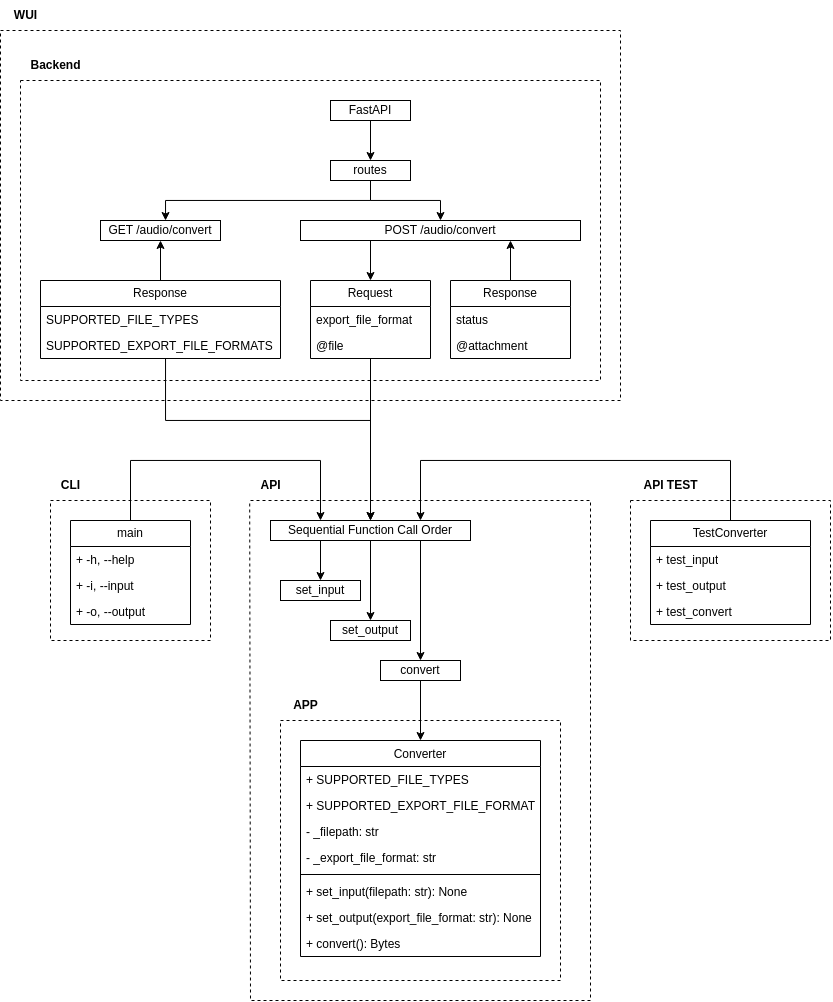
The draw.io diagram _readme/Diagram-WUI.drawio.png in ames0k0/TP--Audio-File-Converter, before a commit. Source tidied: cells renumbered, new cells last; positions are measured from the earlier drawing's top-left corner, leaving out a move shared by most shapes.
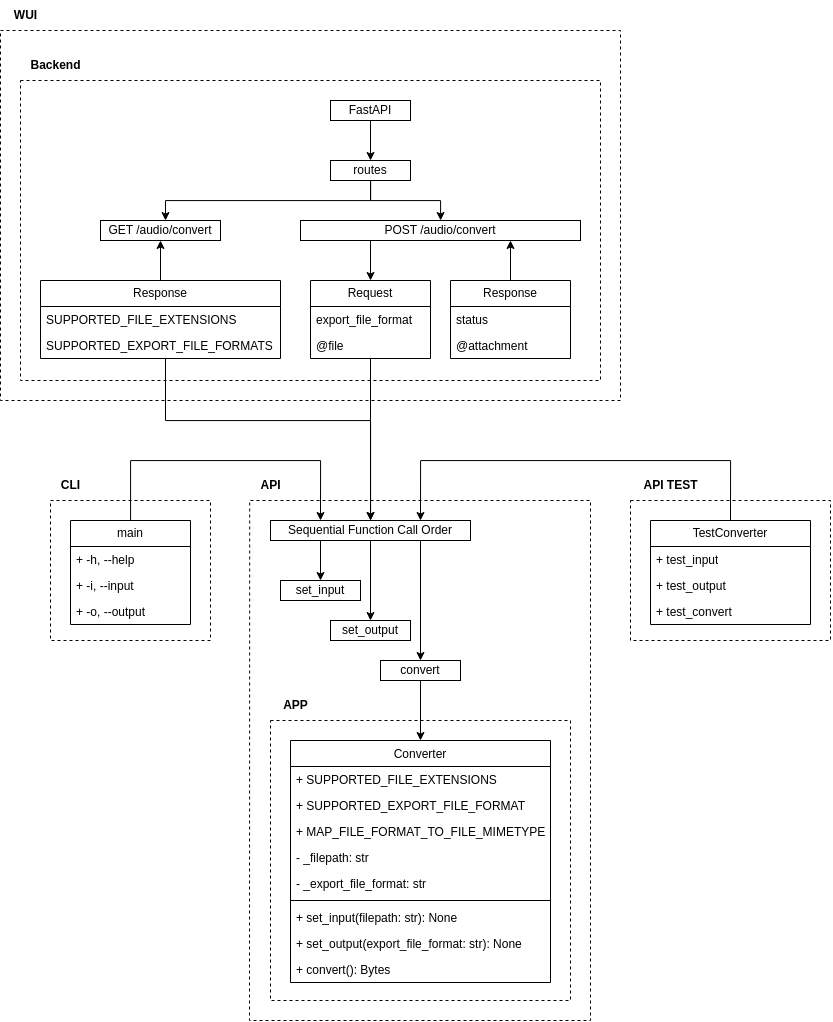
Above is the later version.

The edit, as a diff of the source:
```diff
@@ -22,9 +22,9 @@
         <Array as="points">
           <mxPoint x="590" y="500" />
           <mxPoint x="590" y="820" />
-          <mxPoint x="590" y="1000" />
-          <mxPoint x="530" y="1000" />
-          <mxPoint x="250" y="1000" />
+          <mxPoint x="590" y="1020" />
+          <mxPoint x="410" y="1020" />
+          <mxPoint x="249" y="1020" />
         </Array>
       </mxGeometry>
     </mxCell>
@@ -54,45 +54,48 @@
     </mxCell>
     <mxCell id="13" style="endArrow=none;dashed=1;html=1;rounded=0;" parent="1" edge="1">
       <mxGeometry relative="1" as="geometry">
-        <mxPoint x="280" y="720" as="sourcePoint" />
-        <mxPoint x="280" y="720" as="targetPoint" />
+        <mxPoint x="270" y="720" as="sourcePoint" />
+        <mxPoint x="270" y="720" as="targetPoint" />
         <Array as="points">
-          <mxPoint x="420" y="720" />
-          <mxPoint x="560" y="720" />
-          <mxPoint x="560" y="980" />
-          <mxPoint x="280" y="980" />
+          <mxPoint x="430" y="720" />
+          <mxPoint x="570" y="720" />
+          <mxPoint x="570" y="1000" />
+          <mxPoint x="270" y="1000" />
         </Array>
       </mxGeometry>
     </mxCell>
     <mxCell id="14" value="&lt;b&gt;APP&lt;/b&gt;" style="text;html=1;align=center;verticalAlign=middle;strokeColor=none;fillColor=none;" parent="1" vertex="1">
-      <mxGeometry x="280" y="690" width="50" height="30" as="geometry" />
+      <mxGeometry x="270" y="690" width="50" height="30" as="geometry" />
     </mxCell>
     <mxCell id="15" value="&lt;span style=&quot;font-weight: normal;&quot;&gt;Converter&lt;/span&gt;" style="swimlane;fontStyle=1;align=center;verticalAlign=top;horizontal=1;startSize=26;whiteSpace=wrap;html=1;" parent="1" vertex="1">
-      <mxGeometry x="300" y="740" width="240" height="216" as="geometry" />
+      <mxGeometry x="290" y="740" width="260" height="242" as="geometry" />
     </mxCell>
-    <mxCell id="16" value="+ SUPPORTED_FILE_TYPES" style="text;strokeColor=none;fillColor=none;align=left;verticalAlign=top;spacingLeft=4;spacingRight=4;overflow=hidden;whiteSpace=wrap;html=1;" parent="15" vertex="1">
-      <mxGeometry y="26" width="240" height="26" as="geometry" />
+    <mxCell id="16" value="+ SUPPORTED_FILE_EXTENSIONS" style="text;strokeColor=none;fillColor=none;align=left;verticalAlign=top;spacingLeft=4;spacingRight=4;overflow=hidden;whiteSpace=wrap;html=1;" parent="15" vertex="1">
+      <mxGeometry y="26" width="260" height="26" as="geometry" />
     </mxCell>
     <mxCell id="17" value="+ SUPPORTED_EXPORT_FILE_FORMAT" style="text;strokeColor=none;fillColor=none;align=left;verticalAlign=top;spacingLeft=4;spacingRight=4;overflow=hidden;whiteSpace=wrap;html=1;" parent="15" vertex="1">
-      <mxGeometry y="52" width="240" height="26" as="geometry" />
+      <mxGeometry y="52" width="260" height="26" as="geometry" />
     </mxCell>
+    <mxCell id="62" value="+ MAP_FILE_FORMAT_TO_FILE_MIMETYPE" style="text;strokeColor=none;fillColor=none;align=left;verticalAlign=top;spacingLeft=4;spacingRight=4;overflow=hidden;whiteSpace=wrap;html=1;" parent="15" vertex="1">
+      <mxGeometry y="78" width="260" height="26" as="geometry" />
+    </mxCell>
     <mxCell id="18" value="- _filepath: str" style="text;strokeColor=none;fillColor=none;align=left;verticalAlign=top;spacingLeft=4;spacingRight=4;overflow=hidden;whiteSpace=wrap;html=1;" parent="15" vertex="1">
-      <mxGeometry y="78" width="240" height="26" as="geometry" />
+      <mxGeometry y="104" width="260" height="26" as="geometry" />
     </mxCell>
     <mxCell id="19" value="- _export_file_format: str" style="text;strokeColor=none;fillColor=none;align=left;verticalAlign=top;spacingLeft=4;spacingRight=4;overflow=hidden;whiteSpace=wrap;html=1;" parent="15" vertex="1">
-      <mxGeometry y="104" width="240" height="26" as="geometry" />
+      <mxGeometry y="130" width="260" height="26" as="geometry" />
     </mxCell>
     <mxCell id="20" style="line;strokeWidth=1;fillColor=none;align=left;verticalAlign=middle;spacingTop=-1;spacingLeft=3;spacingRight=3;labelPosition=right;strokeColor=inherit;" parent="15" vertex="1">
-      <mxGeometry y="130" width="240" height="8" as="geometry" />
+      <mxGeometry y="156" width="260" height="8" as="geometry" />
     </mxCell>
     <mxCell id="21" value="+ set_input(filepath: str): None" style="text;strokeColor=none;fillColor=none;align=left;verticalAlign=top;spacingLeft=4;spacingRight=4;overflow=hidden;whiteSpace=wrap;html=1;" parent="15" vertex="1">
-      <mxGeometry y="138" width="240" height="26" as="geometry" />
+      <mxGeometry y="164" width="260" height="26" as="geometry" />
     </mxCell>
     <mxCell id="22" value="+ set_output(export_file_format: str): None" style="text;strokeColor=none;fillColor=none;align=left;verticalAlign=top;spacingLeft=4;spacingRight=4;overflow=hidden;whiteSpace=wrap;html=1;" parent="15" vertex="1">
-      <mxGeometry y="164" width="240" height="26" as="geometry" />
+      <mxGeometry y="190" width="260" height="26" as="geometry" />
     </mxCell>
     <mxCell id="23" value="+ convert(): Bytes" style="text;strokeColor=none;fillColor=none;align=left;verticalAlign=top;spacingLeft=4;spacingRight=4;overflow=hidden;whiteSpace=wrap;html=1;" parent="15" vertex="1">
-      <mxGeometry y="190" width="240" height="26" as="geometry" />
+      <mxGeometry y="216" width="260" height="26" as="geometry" />
     </mxCell>
     <mxCell id="24" value="set_output" style="whiteSpace=wrap;html=1;" parent="1" vertex="1">
       <mxGeometry x="330" y="620" width="80" height="20" as="geometry" />
@@ -248,7 +251,7 @@
     <mxCell id="59" value="Response" style="swimlane;fontStyle=0;horizontal=1;startSize=26;fillColor=none;whiteSpace=wrap;html=1;" parent="1" vertex="1">
       <mxGeometry x="40" y="280" width="240" height="78" as="geometry" />
     </mxCell>
-    <mxCell id="60" value="SUPPORTED_FILE_TYPES" style="text;strokeColor=none;fillColor=none;align=left;verticalAlign=top;spacingLeft=4;spacingRight=4;overflow=hidden;whiteSpace=wrap;html=1;" parent="59" vertex="1">
+    <mxCell id="60" value="SUPPORTED_FILE_EXTENSIONS" style="text;strokeColor=none;fillColor=none;align=left;verticalAlign=top;spacingLeft=4;spacingRight=4;overflow=hidden;whiteSpace=wrap;html=1;" parent="59" vertex="1">
       <mxGeometry y="26" width="240" height="26" as="geometry" />
     </mxCell>
     <mxCell id="61" value="SUPPORTED_EXPORT_FILE_FORMATS" style="text;strokeColor=none;fillColor=none;align=left;verticalAlign=top;spacingLeft=4;spacingRight=4;overflow=hidden;whiteSpace=wrap;html=1;" parent="59" vertex="1">
```
